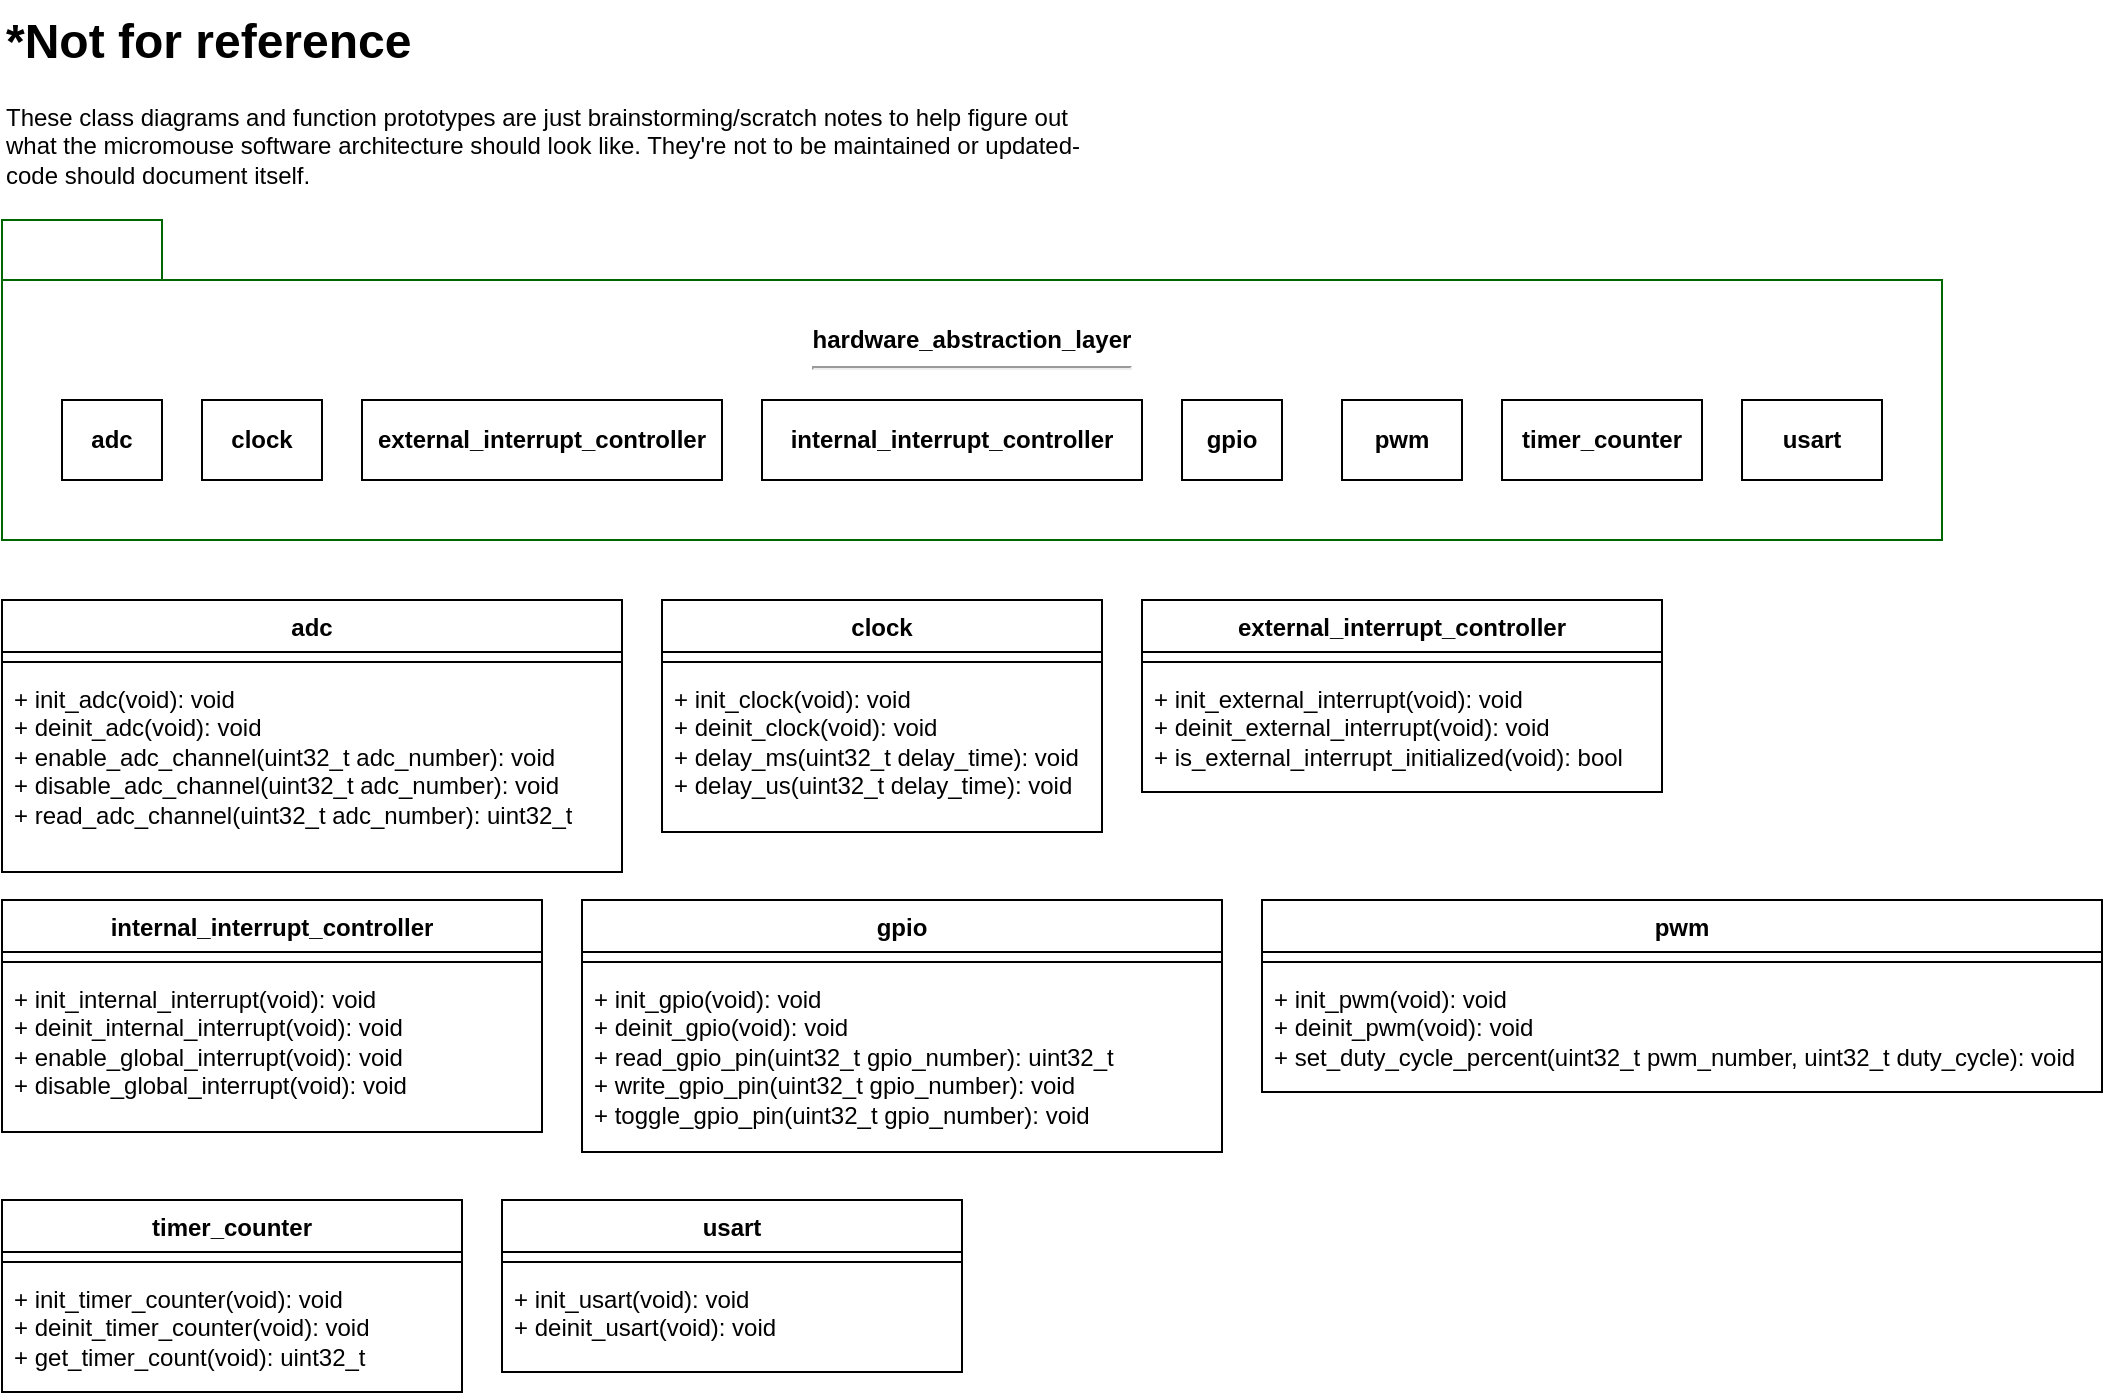
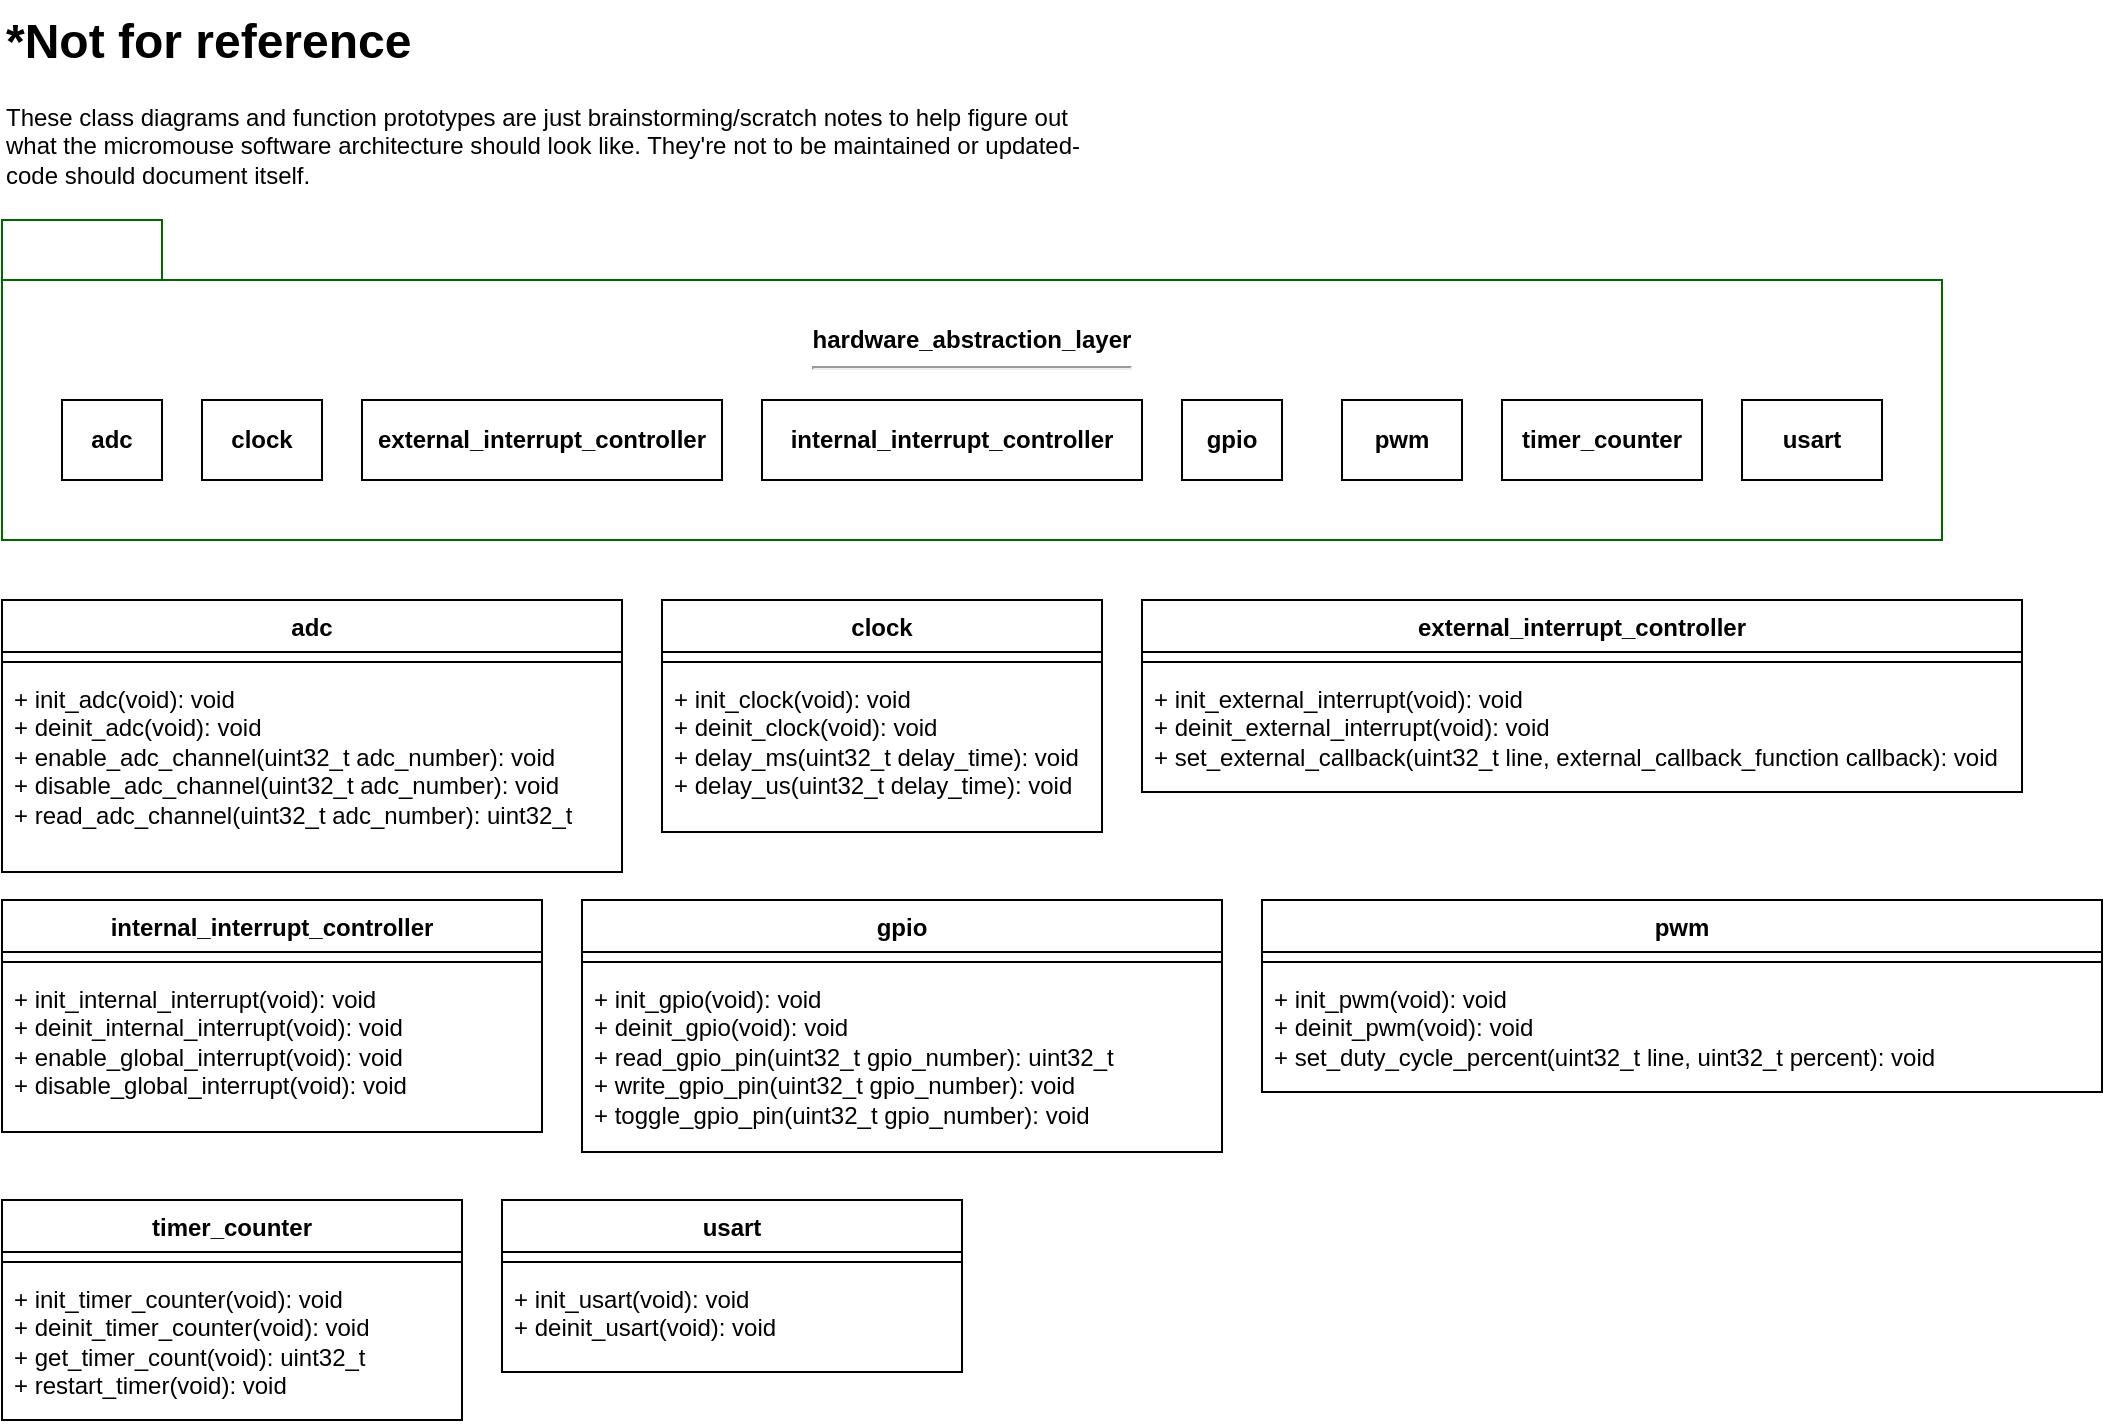
<mxfile host="Electron" agent="Mozilla/5.0 (Windows NT 10.0; Win64; x64) AppleWebKit/537.36 (KHTML, like Gecko) draw.io/29.3.0 Chrome/140.0.7339.249 Electron/38.7.2 Safari/537.36" version="29.3.0">
  <diagram name="Page-1" id="oKpc1l_Igcs4GMacKgKO">
    <mxGraphModel dx="1042" dy="1726" grid="1" gridSize="10" guides="1" tooltips="1" connect="1" arrows="1" fold="1" page="1" pageScale="1" pageWidth="850" pageHeight="1100" math="0" shadow="0">
      <root>
        <mxCell id="0" />
        <mxCell id="1" parent="0" />
        <mxCell id="VA4gKk7P2Ic-5W_0SB8y-11" parent="1" style="shape=folder;fontStyle=1;tabWidth=80;tabHeight=30;tabPosition=left;html=1;boundedLbl=1;whiteSpace=wrap;strokeColor=#006600;" value="&lt;div&gt;hardware_abstraction_layer&lt;/div&gt;&lt;div&gt;&lt;hr&gt;&lt;br&gt;&lt;/div&gt;&lt;div&gt;&lt;br&gt;&lt;/div&gt;&lt;div&gt;&lt;br&gt;&lt;/div&gt;&lt;div&gt;&lt;br&gt;&lt;/div&gt;" vertex="1">
          <mxGeometry height="160" width="970" x="80" y="80" as="geometry" />
        </mxCell>
        <mxCell id="VA4gKk7P2Ic-5W_0SB8y-12" parent="1" style="rounded=0;whiteSpace=wrap;html=1;" value="&lt;b&gt;adc&lt;/b&gt;" vertex="1">
          <mxGeometry height="40" width="50" x="110" y="170" as="geometry" />
        </mxCell>
        <mxCell id="VA4gKk7P2Ic-5W_0SB8y-13" parent="1" style="rounded=0;whiteSpace=wrap;html=1;" value="&lt;b&gt;clock&lt;/b&gt;" vertex="1">
          <mxGeometry height="40" width="60" x="180" y="170" as="geometry" />
        </mxCell>
        <mxCell id="VA4gKk7P2Ic-5W_0SB8y-14" parent="1" style="rounded=0;whiteSpace=wrap;html=1;" value="&lt;b&gt;external_interrupt_controller&lt;/b&gt;" vertex="1">
          <mxGeometry height="40" width="180" x="260" y="170" as="geometry" />
        </mxCell>
        <mxCell id="VA4gKk7P2Ic-5W_0SB8y-15" parent="1" style="rounded=0;whiteSpace=wrap;html=1;" value="&lt;b&gt;internal_interrupt_controller&lt;/b&gt;" vertex="1">
          <mxGeometry height="40" width="190" x="460" y="170" as="geometry" />
        </mxCell>
        <mxCell id="VA4gKk7P2Ic-5W_0SB8y-16" parent="1" style="rounded=0;whiteSpace=wrap;html=1;" value="&lt;b&gt;gpio&lt;/b&gt;" vertex="1">
          <mxGeometry height="40" width="50" x="670" y="170" as="geometry" />
        </mxCell>
        <mxCell id="VA4gKk7P2Ic-5W_0SB8y-17" parent="1" style="rounded=0;whiteSpace=wrap;html=1;" value="&lt;b&gt;pwm&lt;/b&gt;" vertex="1">
          <mxGeometry height="40" width="60" x="750" y="170" as="geometry" />
        </mxCell>
        <mxCell id="VA4gKk7P2Ic-5W_0SB8y-18" parent="1" style="rounded=0;whiteSpace=wrap;html=1;" value="&lt;b&gt;usart&lt;/b&gt;" vertex="1">
          <mxGeometry height="40" width="70" x="950" y="170" as="geometry" />
        </mxCell>
        <mxCell id="VA4gKk7P2Ic-5W_0SB8y-19" parent="1" style="rounded=0;whiteSpace=wrap;html=1;" value="&lt;b&gt;timer_counter&lt;/b&gt;" vertex="1">
          <mxGeometry height="40" width="100" x="830" y="170" as="geometry" />
        </mxCell>
        <mxCell id="VA4gKk7P2Ic-5W_0SB8y-20" edge="1" parent="1" source="VA4gKk7P2Ic-5W_0SB8y-13" style="edgeStyle=orthogonalEdgeStyle;rounded=0;orthogonalLoop=1;jettySize=auto;html=1;exitX=0.5;exitY=1;exitDx=0;exitDy=0;" target="VA4gKk7P2Ic-5W_0SB8y-13">
          <mxGeometry relative="1" as="geometry" />
        </mxCell>
        <mxCell id="qFmJLVRTqTorrICbb9q3-8" parent="1" style="swimlane;fontStyle=1;align=center;verticalAlign=top;childLayout=stackLayout;horizontal=1;startSize=26;horizontalStack=0;resizeParent=1;resizeParentMax=0;resizeLast=0;collapsible=1;marginBottom=0;whiteSpace=wrap;html=1;" value="adc" vertex="1">
          <mxGeometry height="136" width="310" x="80" y="270" as="geometry">
            <mxRectangle height="30" width="60" x="80" y="270" as="alternateBounds" />
          </mxGeometry>
        </mxCell>
        <mxCell id="qFmJLVRTqTorrICbb9q3-10" parent="qFmJLVRTqTorrICbb9q3-8" style="line;strokeWidth=1;fillColor=none;align=left;verticalAlign=middle;spacingTop=-1;spacingLeft=3;spacingRight=3;rotatable=0;labelPosition=right;points=[];portConstraint=eastwest;strokeColor=inherit;" value="" vertex="1">
          <mxGeometry height="10" width="310" y="26" as="geometry" />
        </mxCell>
        <mxCell id="qFmJLVRTqTorrICbb9q3-11" parent="qFmJLVRTqTorrICbb9q3-8" style="text;strokeColor=none;fillColor=none;align=left;verticalAlign=top;spacingLeft=4;spacingRight=4;overflow=hidden;rotatable=0;points=[[0,0.5],[1,0.5]];portConstraint=eastwest;whiteSpace=wrap;html=1;" value="+ init_adc(void): void&lt;div&gt;+ deinit_adc(void): void&lt;br&gt;&lt;div&gt;+ enable_adc_channel(uint32_t adc_number): void&lt;/div&gt;&lt;div&gt;+ disable_adc_channel(uint32_t adc_number): void&lt;/div&gt;&lt;div&gt;+ read_adc_channel(uint32_t adc_number): uint32_t&lt;/div&gt;&lt;/div&gt;" vertex="1">
          <mxGeometry height="100" width="310" y="36" as="geometry" />
        </mxCell>
        <mxCell id="qFmJLVRTqTorrICbb9q3-12" parent="1" style="swimlane;fontStyle=1;align=center;verticalAlign=top;childLayout=stackLayout;horizontal=1;startSize=26;horizontalStack=0;resizeParent=1;resizeParentMax=0;resizeLast=0;collapsible=1;marginBottom=0;whiteSpace=wrap;html=1;" value="clock" vertex="1">
          <mxGeometry height="116" width="220" x="410" y="270" as="geometry" />
        </mxCell>
        <mxCell id="qFmJLVRTqTorrICbb9q3-13" parent="qFmJLVRTqTorrICbb9q3-12" style="line;strokeWidth=1;fillColor=none;align=left;verticalAlign=middle;spacingTop=-1;spacingLeft=3;spacingRight=3;rotatable=0;labelPosition=right;points=[];portConstraint=eastwest;strokeColor=inherit;" value="" vertex="1">
          <mxGeometry height="10" width="220" y="26" as="geometry" />
        </mxCell>
        <mxCell id="qFmJLVRTqTorrICbb9q3-14" parent="qFmJLVRTqTorrICbb9q3-12" style="text;strokeColor=none;fillColor=none;align=left;verticalAlign=top;spacingLeft=4;spacingRight=4;overflow=hidden;rotatable=0;points=[[0,0.5],[1,0.5]];portConstraint=eastwest;whiteSpace=wrap;html=1;" value="+ init_clock(void): void&lt;div&gt;+ deinit_clock(void): void&lt;br&gt;&lt;div&gt;+ delay_ms(uint32_t delay_time): void&lt;/div&gt;&lt;/div&gt;&lt;div&gt;+ delay_us(uint32_t delay_time): void&lt;/div&gt;" vertex="1">
          <mxGeometry height="80" width="220" y="36" as="geometry" />
        </mxCell>
        <mxCell id="qFmJLVRTqTorrICbb9q3-15" parent="1" style="swimlane;fontStyle=1;align=center;verticalAlign=top;childLayout=stackLayout;horizontal=1;startSize=26;horizontalStack=0;resizeParent=1;resizeParentMax=0;resizeLast=0;collapsible=1;marginBottom=0;whiteSpace=wrap;html=1;" value="external_interrupt_controller" vertex="1">
-           <mxGeometry height="96" width="260" x="650" y="270" as="geometry" />
+           <mxGeometry height="96" width="440" x="650" y="270" as="geometry" />
        </mxCell>
        <mxCell id="qFmJLVRTqTorrICbb9q3-16" parent="qFmJLVRTqTorrICbb9q3-15" style="line;strokeWidth=1;fillColor=none;align=left;verticalAlign=middle;spacingTop=-1;spacingLeft=3;spacingRight=3;rotatable=0;labelPosition=right;points=[];portConstraint=eastwest;strokeColor=inherit;" value="" vertex="1">
-           <mxGeometry height="10" width="260" y="26" as="geometry" />
+           <mxGeometry height="10" width="440" y="26" as="geometry" />
        </mxCell>
-         <mxCell id="qFmJLVRTqTorrICbb9q3-17" parent="qFmJLVRTqTorrICbb9q3-15" style="text;strokeColor=none;fillColor=none;align=left;verticalAlign=top;spacingLeft=4;spacingRight=4;overflow=hidden;rotatable=0;points=[[0,0.5],[1,0.5]];portConstraint=eastwest;whiteSpace=wrap;html=1;" value="+ init_external_interrupt(void): void&lt;div&gt;+ deinit_external_interrupt(void): void&lt;/div&gt;&lt;div&gt;+ is_external_interrupt_initialized(void): bool&lt;/div&gt;" vertex="1">
-           <mxGeometry height="60" width="260" y="36" as="geometry" />
+         <mxCell id="qFmJLVRTqTorrICbb9q3-17" parent="qFmJLVRTqTorrICbb9q3-15" style="text;strokeColor=none;fillColor=none;align=left;verticalAlign=top;spacingLeft=4;spacingRight=4;overflow=hidden;rotatable=0;points=[[0,0.5],[1,0.5]];portConstraint=eastwest;whiteSpace=wrap;html=1;" value="+ init_external_interrupt(void): void&lt;div&gt;+ deinit_external_interrupt(void): void&lt;/div&gt;&lt;div&gt;+ set_external_callback(&lt;span style=&quot;background-color: transparent;&quot;&gt;uint32_t line,&amp;nbsp;&lt;/span&gt;&lt;span style=&quot;background-color: transparent; color: light-dark(rgb(0, 0, 0), rgb(255, 255, 255));&quot;&gt;external_callback_function callback&lt;/span&gt;&lt;span style=&quot;background-color: transparent; color: light-dark(rgb(0, 0, 0), rgb(255, 255, 255));&quot;&gt;): void&lt;/span&gt;&lt;/div&gt;" vertex="1">
+           <mxGeometry height="60" width="440" y="36" as="geometry" />
        </mxCell>
        <mxCell id="qFmJLVRTqTorrICbb9q3-18" parent="1" style="swimlane;fontStyle=1;align=center;verticalAlign=top;childLayout=stackLayout;horizontal=1;startSize=26;horizontalStack=0;resizeParent=1;resizeParentMax=0;resizeLast=0;collapsible=1;marginBottom=0;whiteSpace=wrap;html=1;" value="internal_interrupt_controller" vertex="1">
          <mxGeometry height="116" width="270" x="80" y="420" as="geometry" />
        </mxCell>
        <mxCell id="qFmJLVRTqTorrICbb9q3-19" parent="qFmJLVRTqTorrICbb9q3-18" style="line;strokeWidth=1;fillColor=none;align=left;verticalAlign=middle;spacingTop=-1;spacingLeft=3;spacingRight=3;rotatable=0;labelPosition=right;points=[];portConstraint=eastwest;strokeColor=inherit;" value="" vertex="1">
          <mxGeometry height="10" width="270" y="26" as="geometry" />
        </mxCell>
        <mxCell id="qFmJLVRTqTorrICbb9q3-20" parent="qFmJLVRTqTorrICbb9q3-18" style="text;strokeColor=none;fillColor=none;align=left;verticalAlign=top;spacingLeft=4;spacingRight=4;overflow=hidden;rotatable=0;points=[[0,0.5],[1,0.5]];portConstraint=eastwest;whiteSpace=wrap;html=1;" value="+ init_internal_interrupt(void): void&lt;div&gt;+ deinit_internal_interrupt(void): void&lt;br&gt;&lt;div&gt;+ enable_global_interrupt(void): void&lt;/div&gt;&lt;/div&gt;&lt;div&gt;+&amp;nbsp;&lt;span style=&quot;background-color: transparent; color: light-dark(rgb(0, 0, 0), rgb(255, 255, 255));&quot;&gt;disable_global_interrupt(void): void&lt;/span&gt;&lt;/div&gt;" vertex="1">
          <mxGeometry height="80" width="270" y="36" as="geometry" />
        </mxCell>
        <mxCell id="qFmJLVRTqTorrICbb9q3-21" parent="1" style="swimlane;fontStyle=1;align=center;verticalAlign=top;childLayout=stackLayout;horizontal=1;startSize=26;horizontalStack=0;resizeParent=1;resizeParentMax=0;resizeLast=0;collapsible=1;marginBottom=0;whiteSpace=wrap;html=1;" value="gpio" vertex="1">
          <mxGeometry height="126" width="320" x="370" y="420" as="geometry">
            <mxRectangle height="30" width="60" x="370" y="420" as="alternateBounds" />
          </mxGeometry>
        </mxCell>
        <mxCell id="qFmJLVRTqTorrICbb9q3-22" parent="qFmJLVRTqTorrICbb9q3-21" style="line;strokeWidth=1;fillColor=none;align=left;verticalAlign=middle;spacingTop=-1;spacingLeft=3;spacingRight=3;rotatable=0;labelPosition=right;points=[];portConstraint=eastwest;strokeColor=inherit;" value="" vertex="1">
          <mxGeometry height="10" width="320" y="26" as="geometry" />
        </mxCell>
        <mxCell id="qFmJLVRTqTorrICbb9q3-23" parent="qFmJLVRTqTorrICbb9q3-21" style="text;strokeColor=none;fillColor=none;align=left;verticalAlign=top;spacingLeft=4;spacingRight=4;overflow=hidden;rotatable=0;points=[[0,0.5],[1,0.5]];portConstraint=eastwest;whiteSpace=wrap;html=1;" value="+ init_gpio(void): void&lt;div&gt;+ deinit_gpio(void): void&lt;br&gt;&lt;div&gt;+ read_gpio_pin(uint32_t gpio_number): uint32_t&lt;/div&gt;&lt;/div&gt;&lt;div&gt;+&amp;nbsp;&lt;span style=&quot;background-color: transparent; color: light-dark(rgb(0, 0, 0), rgb(255, 255, 255));&quot;&gt;write_gpio_pin(&lt;/span&gt;uint32_t gpio_number&lt;span style=&quot;background-color: transparent; color: light-dark(rgb(0, 0, 0), rgb(255, 255, 255));&quot;&gt;): void&lt;/span&gt;&lt;/div&gt;&lt;div&gt;&lt;span style=&quot;background-color: transparent; color: light-dark(rgb(0, 0, 0), rgb(255, 255, 255));&quot;&gt;+ toggle_gpio_pin(uint32_t gpio_number): void&lt;/span&gt;&lt;/div&gt;" vertex="1">
          <mxGeometry height="90" width="320" y="36" as="geometry" />
        </mxCell>
        <mxCell id="qFmJLVRTqTorrICbb9q3-24" parent="1" style="swimlane;fontStyle=1;align=center;verticalAlign=top;childLayout=stackLayout;horizontal=1;startSize=26;horizontalStack=0;resizeParent=1;resizeParentMax=0;resizeLast=0;collapsible=1;marginBottom=0;whiteSpace=wrap;html=1;" value="pwm" vertex="1">
          <mxGeometry height="96" width="420" x="710" y="420" as="geometry" />
        </mxCell>
        <mxCell id="qFmJLVRTqTorrICbb9q3-25" parent="qFmJLVRTqTorrICbb9q3-24" style="line;strokeWidth=1;fillColor=none;align=left;verticalAlign=middle;spacingTop=-1;spacingLeft=3;spacingRight=3;rotatable=0;labelPosition=right;points=[];portConstraint=eastwest;strokeColor=inherit;" value="" vertex="1">
          <mxGeometry height="10" width="420" y="26" as="geometry" />
        </mxCell>
-         <mxCell id="qFmJLVRTqTorrICbb9q3-26" parent="qFmJLVRTqTorrICbb9q3-24" style="text;strokeColor=none;fillColor=none;align=left;verticalAlign=top;spacingLeft=4;spacingRight=4;overflow=hidden;rotatable=0;points=[[0,0.5],[1,0.5]];portConstraint=eastwest;whiteSpace=wrap;html=1;" value="+ init_pwm(void): void&lt;div&gt;+ deinit_pwm(void): void&lt;br&gt;&lt;div&gt;+ set_duty_cycle_percent(uint32_t pwm_number, uint32_t duty_cycle): void&lt;/div&gt;&lt;/div&gt;" vertex="1">
+         <mxCell id="qFmJLVRTqTorrICbb9q3-26" parent="qFmJLVRTqTorrICbb9q3-24" style="text;strokeColor=none;fillColor=none;align=left;verticalAlign=top;spacingLeft=4;spacingRight=4;overflow=hidden;rotatable=0;points=[[0,0.5],[1,0.5]];portConstraint=eastwest;whiteSpace=wrap;html=1;" value="+ init_pwm(void): void&lt;div&gt;+ deinit_pwm(void): void&lt;br&gt;&lt;div&gt;+ set_duty_cycle_percent(uint32_t line, uint32_t percent): void&lt;/div&gt;&lt;/div&gt;" vertex="1">
          <mxGeometry height="60" width="420" y="36" as="geometry" />
        </mxCell>
        <mxCell id="qFmJLVRTqTorrICbb9q3-27" parent="1" style="swimlane;fontStyle=1;align=center;verticalAlign=top;childLayout=stackLayout;horizontal=1;startSize=26;horizontalStack=0;resizeParent=1;resizeParentMax=0;resizeLast=0;collapsible=1;marginBottom=0;whiteSpace=wrap;html=1;" value="timer_counter" vertex="1">
-           <mxGeometry height="96" width="230" x="80" y="570" as="geometry" />
+           <mxGeometry height="110" width="230" x="80" y="570" as="geometry" />
        </mxCell>
        <mxCell id="qFmJLVRTqTorrICbb9q3-28" parent="qFmJLVRTqTorrICbb9q3-27" style="line;strokeWidth=1;fillColor=none;align=left;verticalAlign=middle;spacingTop=-1;spacingLeft=3;spacingRight=3;rotatable=0;labelPosition=right;points=[];portConstraint=eastwest;strokeColor=inherit;" value="" vertex="1">
          <mxGeometry height="10" width="230" y="26" as="geometry" />
        </mxCell>
-         <mxCell id="qFmJLVRTqTorrICbb9q3-29" parent="qFmJLVRTqTorrICbb9q3-27" style="text;strokeColor=none;fillColor=none;align=left;verticalAlign=top;spacingLeft=4;spacingRight=4;overflow=hidden;rotatable=0;points=[[0,0.5],[1,0.5]];portConstraint=eastwest;whiteSpace=wrap;html=1;" value="+ init_timer_counter(void): void&lt;div&gt;+ deinit_timer_counter(void): void&lt;/div&gt;&lt;div&gt;+ get_timer_count(void): uint32_t&lt;/div&gt;" vertex="1">
-           <mxGeometry height="60" width="230" y="36" as="geometry" />
+         <mxCell id="qFmJLVRTqTorrICbb9q3-29" parent="qFmJLVRTqTorrICbb9q3-27" style="text;strokeColor=none;fillColor=none;align=left;verticalAlign=top;spacingLeft=4;spacingRight=4;overflow=hidden;rotatable=0;points=[[0,0.5],[1,0.5]];portConstraint=eastwest;whiteSpace=wrap;html=1;" value="+ init_timer_counter(void): void&lt;div&gt;+ deinit_timer_counter(void): void&lt;/div&gt;&lt;div&gt;+ get_timer_count(void): uint32_t&lt;/div&gt;&lt;div&gt;+ restart_timer(void): void&lt;/div&gt;" vertex="1">
+           <mxGeometry height="74" width="230" y="36" as="geometry" />
        </mxCell>
        <mxCell id="qFmJLVRTqTorrICbb9q3-30" parent="1" style="swimlane;fontStyle=1;align=center;verticalAlign=top;childLayout=stackLayout;horizontal=1;startSize=26;horizontalStack=0;resizeParent=1;resizeParentMax=0;resizeLast=0;collapsible=1;marginBottom=0;whiteSpace=wrap;html=1;" value="usart" vertex="1">
          <mxGeometry height="86" width="230" x="330" y="570" as="geometry" />
        </mxCell>
        <mxCell id="qFmJLVRTqTorrICbb9q3-31" parent="qFmJLVRTqTorrICbb9q3-30" style="line;strokeWidth=1;fillColor=none;align=left;verticalAlign=middle;spacingTop=-1;spacingLeft=3;spacingRight=3;rotatable=0;labelPosition=right;points=[];portConstraint=eastwest;strokeColor=inherit;" value="" vertex="1">
          <mxGeometry height="10" width="230" y="26" as="geometry" />
        </mxCell>
        <mxCell id="qFmJLVRTqTorrICbb9q3-32" parent="qFmJLVRTqTorrICbb9q3-30" style="text;strokeColor=none;fillColor=none;align=left;verticalAlign=top;spacingLeft=4;spacingRight=4;overflow=hidden;rotatable=0;points=[[0,0.5],[1,0.5]];portConstraint=eastwest;whiteSpace=wrap;html=1;" value="+ init_usart(void): void&lt;div&gt;+ deinit_usart(void): void&lt;/div&gt;" vertex="1">
          <mxGeometry height="50" width="230" y="36" as="geometry" />
        </mxCell>
        <mxCell id="R8j9whzwC21aobDTjVQO-1" parent="1" style="text;html=1;whiteSpace=wrap;overflow=hidden;rounded=0;" value="&lt;h1 style=&quot;margin-top: 0px;&quot;&gt;*Not for reference&lt;/h1&gt;&lt;p&gt;These class diagrams and function prototypes are just brainstorming/scratch notes to help figure out what the micromouse software architecture should look like. They&#39;re not to be maintained or updated- code should document itself.&lt;/p&gt;" vertex="1">
          <mxGeometry height="100" width="560" x="80" y="-30" as="geometry" />
        </mxCell>
      </root>
    </mxGraphModel>
  </diagram>
</mxfile>
